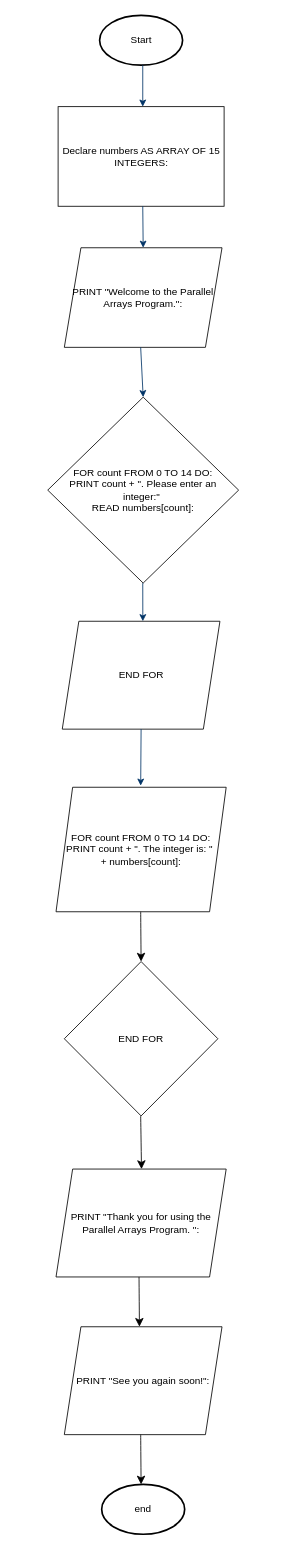
Earlier version of the draw.io diagram Untitled Diagram.drawio (20MILLEGL/scothcbox). Source tidied: cells renumbered, new cells numbered last; positions are measured from the earlier drawing's top-left corner, leaving out a move shared by most shapes. Both pictures are drawn from the tidied source at 83%, with x=0, y=0 at pixel (47, 15).
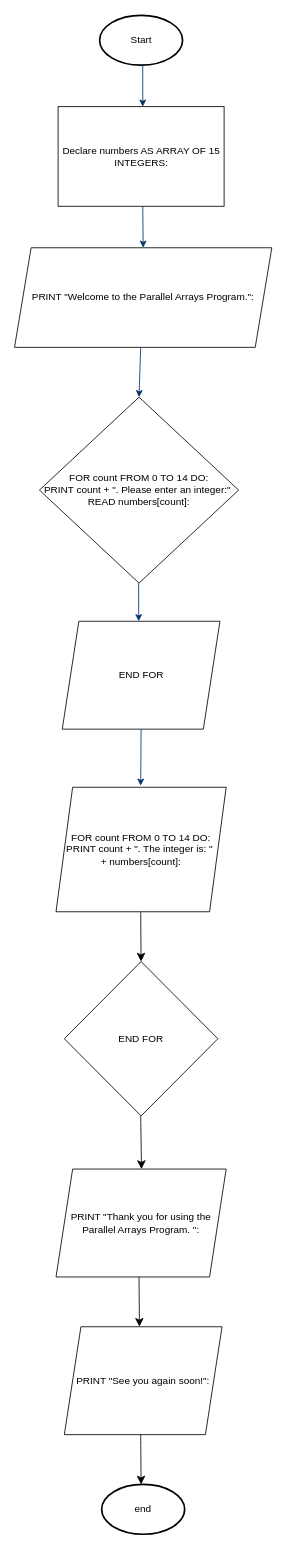
The same page after the edit.

The change refers to these unchanged cells:
```xml
<mxCell id="6" value="END FOR" style="shape=parallelogram;perimeter=parallelogramPerimeter;whiteSpace=wrap;html=1;fixedSize=1;" parent="1" vertex="1">
  <mxGeometry x="17.5" y="730" width="190" height="130" as="geometry" />
</mxCell>
```

Change to the diagram source:
```diff
@@
     <mxCell id="3" value="PRINT &quot;Welcome to the Parallel Arrays Program.&quot;:" style="shape=parallelogram;perimeter=parallelogramPerimeter;whiteSpace=wrap;html=1;fixedSize=1;" parent="1" vertex="1">
-      <mxGeometry x="20" y="280" width="190" height="120" as="geometry" />
+      <mxGeometry x="-40" y="280" width="310" height="120" as="geometry" />
     </mxCell>
@@
     <mxCell id="5" value="FOR count FROM 0 TO 14 DO:&lt;div&gt;PRINT count + &quot;. Please enter an integer:&quot;&amp;nbsp;&lt;/div&gt;&lt;div&gt;READ numbers[count]:&lt;/div&gt;" style="rhombus;whiteSpace=wrap;html=1;" parent="1" vertex="1">
-      <mxGeometry y="460" width="230" height="224" as="geometry" />
+      <mxGeometry x="-10" y="460" width="240" height="224" as="geometry" />
     </mxCell>
@@
-    <mxCell id="17" style="fontStyle=1;strokeColor=#003366;strokeWidth=1;html=1;entryX=0.511;entryY=0;entryDx=0;entryDy=0;entryPerimeter=0;" parent="1" edge="1" target="6">
+    <mxCell id="17" style="fontStyle=1;strokeColor=#003366;strokeWidth=1;html=1;entryX=0.511;entryY=0;entryDx=0;entryDy=0;entryPerimeter=0;" parent="1" edge="1">
       <mxGeometry relative="1" as="geometry">
-        <mxPoint x="114.5" y="684" as="sourcePoint" />
+        <mxPoint x="109.5" y="684" as="sourcePoint" />
+        <mxPoint x="109.6" y="730" as="targetPoint" />
       </mxGeometry>
     </mxCell>
```
